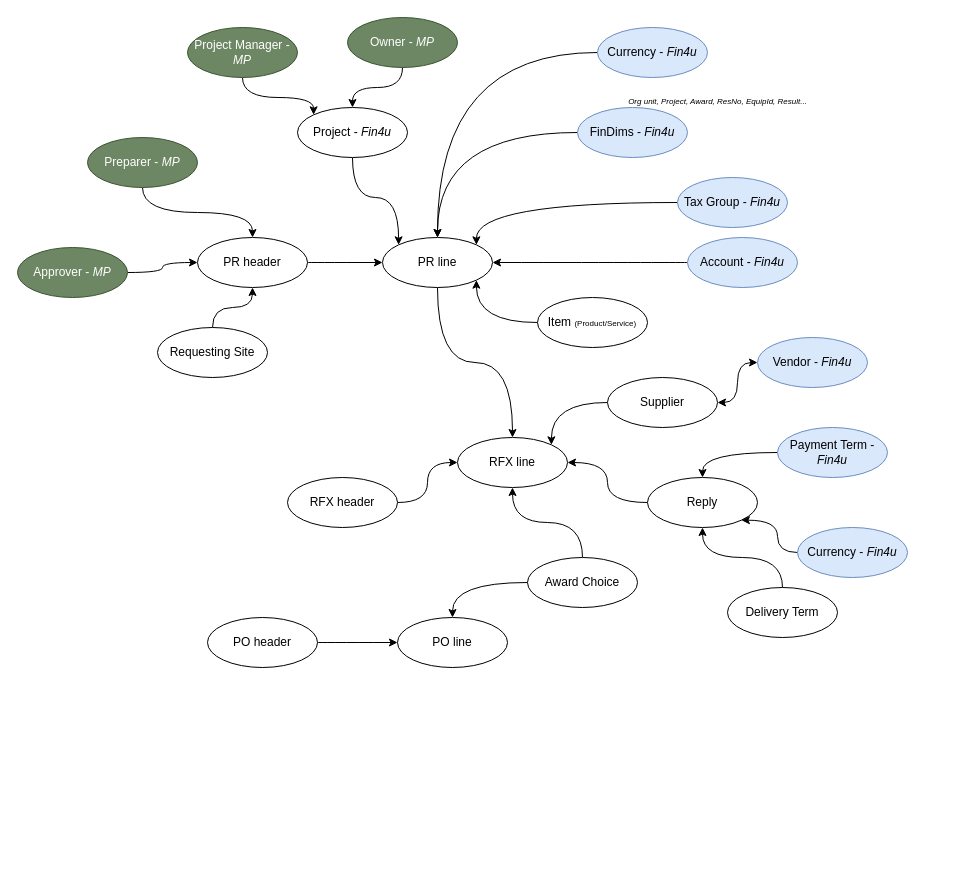
Above: Medex_MDM.drawio in Medair/drawio (draw.io), before the change. Source tidied: cells renumbered, new cells numbered last; positions are measured from the earlier drawing's top-left corner, leaving out a move shared by most shapes. Both pictures are drawn from the tidied source at 100%, with x=0, y=0 at pixel (17, 17).
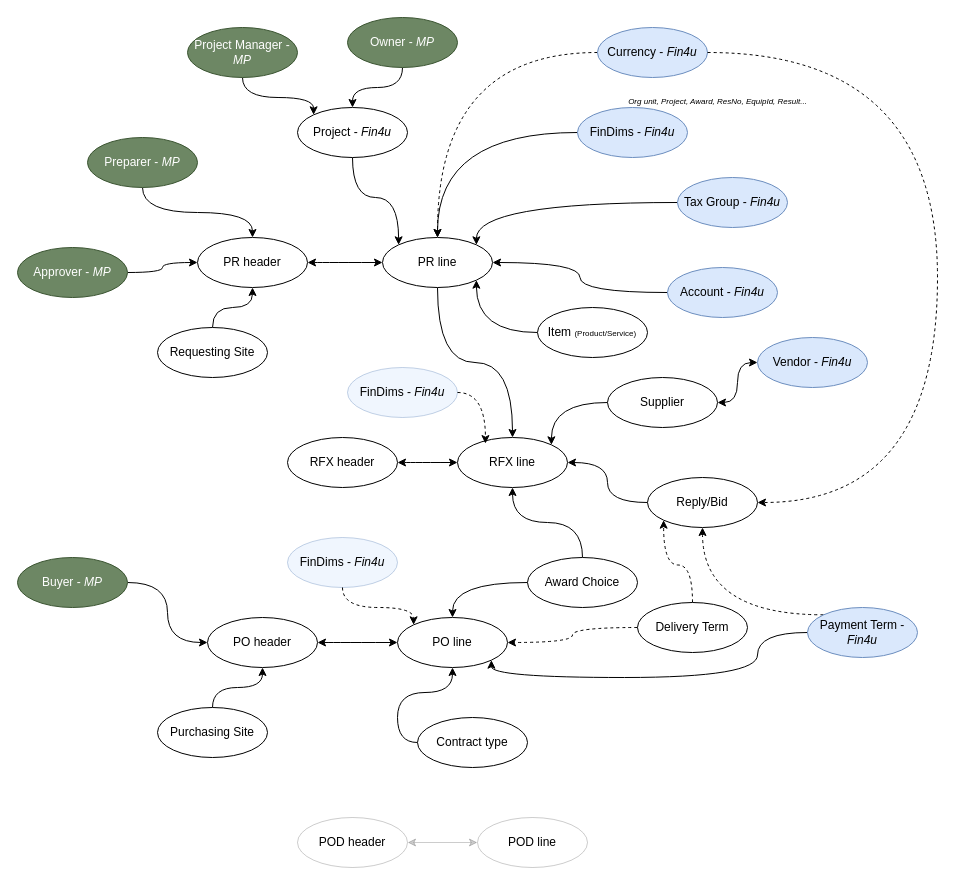
The same diagram, later.

Unchanged cells that the change refers to:
```xml
<mxCell id="3" value="PR header" style="ellipse;whiteSpace=wrap;html=1;" parent="1" vertex="1">
  <mxGeometry x="180" y="220" width="110" height="50" as="geometry" />
</mxCell>
<mxCell id="5" value="PR line" style="ellipse;whiteSpace=wrap;html=1;" parent="1" vertex="1">
  <mxGeometry x="365" y="220" width="110" height="50" as="geometry" />
</mxCell>
<mxCell id="16" value="RFX line" style="ellipse;whiteSpace=wrap;html=1;" parent="1" vertex="1">
  <mxGeometry x="440" y="420" width="110" height="50" as="geometry" />
</mxCell>
<mxCell id="33" value="PO header" style="ellipse;whiteSpace=wrap;html=1;" parent="1" vertex="1">
  <mxGeometry x="190" y="600" width="110" height="50" as="geometry" />
</mxCell>
<mxCell id="34" value="PO line" style="ellipse;whiteSpace=wrap;html=1;" parent="1" vertex="1">
  <mxGeometry x="380" y="600" width="110" height="50" as="geometry" />
</mxCell>
<mxCell id="48" value="Currency - &lt;i&gt;Fin4u&lt;/i&gt;" style="ellipse;whiteSpace=wrap;html=1;fillColor=#dae8fc;strokeColor=#6c8ebf;" parent="1" vertex="1">
  <mxGeometry x="580" y="10" width="110" height="50" as="geometry" />
</mxCell>
```

Change to the diagram source:
```diff
@@
-    <mxCell id="2" style="edgeStyle=orthogonalEdgeStyle;rounded=0;jettySize=auto;html=1;entryX=0;entryY=0.5;entryDx=0;entryDy=0;curved=1;" parent="1" edge="1" source="3" target="5">
+    <mxCell id="2" style="edgeStyle=orthogonalEdgeStyle;rounded=0;jettySize=auto;html=1;entryX=0;entryY=0.5;entryDx=0;entryDy=0;curved=1;startArrow=classic;startFill=1;" parent="1" edge="1" source="3" target="5">
       <mxGeometry relative="1" as="geometry" />
     </mxCell>
@@
     <mxCell id="12" value="Item &lt;font style=&quot;font-size: 8px;&quot;&gt;(Product/Service)&lt;/font&gt;" style="ellipse;whiteSpace=wrap;html=1;" parent="1" vertex="1">
-      <mxGeometry x="520" y="280" width="110" height="50" as="geometry" />
+      <mxGeometry x="520" y="290" width="110" height="50" as="geometry" />
     </mxCell>
@@
-    <mxCell id="14" style="edgeStyle=orthogonalEdgeStyle;rounded=0;jettySize=auto;html=1;entryX=0;entryY=0.5;entryDx=0;entryDy=0;curved=1;" parent="1" edge="1" source="15" target="16">
+    <mxCell id="14" style="edgeStyle=orthogonalEdgeStyle;rounded=0;jettySize=auto;html=1;entryX=0;entryY=0.5;entryDx=0;entryDy=0;curved=1;startArrow=classic;startFill=1;" parent="1" edge="1" source="15" target="16">
       <mxGeometry relative="1" as="geometry" />
     </mxCell>
     <mxCell id="15" value="RFX header" style="ellipse;whiteSpace=wrap;html=1;" parent="1" vertex="1">
-      <mxGeometry x="270" y="460" width="110" height="50" as="geometry" />
+      <mxGeometry x="270" y="420" width="110" height="50" as="geometry" />
     </mxCell>
@@
-    <mxCell id="22" value="Reply" style="ellipse;whiteSpace=wrap;html=1;" parent="1" vertex="1">
+    <mxCell id="22" value="Reply/Bid" style="ellipse;whiteSpace=wrap;html=1;" parent="1" vertex="1">
       <mxGeometry x="630" y="460" width="110" height="50" as="geometry" />
     </mxCell>
-    <mxCell id="23" style="edgeStyle=orthogonalEdgeStyle;rounded=0;jettySize=auto;html=1;entryX=0.5;entryY=1;entryDx=0;entryDy=0;curved=1;" parent="1" edge="1" source="24" target="22">
+    <mxCell id="23" style="edgeStyle=orthogonalEdgeStyle;rounded=0;jettySize=auto;html=1;entryX=0;entryY=1;entryDx=0;entryDy=0;curved=1;dashed=1;" parent="1" edge="1" source="24" target="22">
       <mxGeometry relative="1" as="geometry" />
     </mxCell>
+    <mxCell id="51" style="edgeStyle=orthogonalEdgeStyle;rounded=0;jettySize=auto;html=1;curved=1;dashed=1;" parent="1" edge="1" source="24" target="34">
+      <mxGeometry relative="1" as="geometry" />
+    </mxCell>
     <mxCell id="24" value="Delivery Term" style="ellipse;whiteSpace=wrap;html=1;" parent="1" vertex="1">
-      <mxGeometry x="710" y="570" width="110" height="50" as="geometry" />
+      <mxGeometry x="620" y="585" width="110" height="50" as="geometry" />
     </mxCell>
-    <mxCell id="25" style="edgeStyle=orthogonalEdgeStyle;rounded=0;jettySize=auto;html=1;entryX=0.5;entryY=0;entryDx=0;entryDy=0;curved=1;" parent="1" edge="1" source="26" target="22">
+    <mxCell id="25" style="edgeStyle=orthogonalEdgeStyle;rounded=0;jettySize=auto;html=1;exitX=0;exitY=0;exitDx=0;exitDy=0;entryX=0.5;entryY=1;entryDx=0;entryDy=0;curved=1;dashed=1;" parent="1" edge="1" source="26" target="22">
       <mxGeometry relative="1" as="geometry" />
     </mxCell>
+    <mxCell id="52" style="edgeStyle=orthogonalEdgeStyle;rounded=0;jettySize=auto;html=1;entryX=1;entryY=1;entryDx=0;entryDy=0;curved=1;exitX=0;exitY=0.5;exitDx=0;exitDy=0;" parent="1" edge="1" source="26" target="34">
+      <mxGeometry relative="1" as="geometry">
+        <Array as="points">
+          <mxPoint x="740" y="615" />
+          <mxPoint x="740" y="660" />
+          <mxPoint x="474" y="660" />
+        </Array>
+      </mxGeometry>
+    </mxCell>
     <mxCell id="26" value="Payment Term - &lt;i&gt;Fin4u&lt;/i&gt;" style="ellipse;whiteSpace=wrap;html=1;fillColor=#dae8fc;strokeColor=#6c8ebf;" parent="1" vertex="1">
-      <mxGeometry x="760" y="410" width="110" height="50" as="geometry" />
+      <mxGeometry x="790" y="590" width="110" height="50" as="geometry" />
     </mxCell>
-    <mxCell id="27" style="edgeStyle=orthogonalEdgeStyle;rounded=0;jettySize=auto;html=1;entryX=1;entryY=1;entryDx=0;entryDy=0;curved=1;" parent="1" edge="1" source="28" target="22">
-      <mxGeometry relative="1" as="geometry" />
-    </mxCell>
-    <mxCell id="28" value="Currency - &lt;i&gt;Fin4u&lt;/i&gt;" style="ellipse;whiteSpace=wrap;html=1;fillColor=#dae8fc;strokeColor=#6c8ebf;" parent="1" vertex="1">
-      <mxGeometry x="780" y="510" width="110" height="50" as="geometry" />
-    </mxCell>
@@
-    <mxCell id="32" style="edgeStyle=orthogonalEdgeStyle;rounded=0;jettySize=auto;html=1;curved=1;" parent="1" edge="1" source="33" target="34">
+    <mxCell id="32" style="edgeStyle=orthogonalEdgeStyle;rounded=0;jettySize=auto;html=1;curved=1;startArrow=classic;startFill=1;" parent="1" edge="1" source="33" target="34">
       <mxGeometry relative="1" as="geometry" />
     </mxCell>
@@
-    <mxCell id="47" style="edgeStyle=orthogonalEdgeStyle;rounded=0;jettySize=auto;html=1;entryX=0.5;entryY=0;entryDx=0;entryDy=0;curved=1;" parent="1" edge="1" source="48" target="5">
+    <mxCell id="47" style="edgeStyle=orthogonalEdgeStyle;rounded=0;jettySize=auto;html=1;entryX=0.5;entryY=0;entryDx=0;entryDy=0;curved=1;dashed=1;" parent="1" edge="1" source="48" target="5">
       <mxGeometry relative="1" as="geometry" />
     </mxCell>
@@
     <mxCell id="50" value="Account - &lt;i&gt;Fin4u&lt;/i&gt;" style="ellipse;whiteSpace=wrap;html=1;fillColor=#dae8fc;strokeColor=#6c8ebf;" parent="1" vertex="1">
-      <mxGeometry x="670" y="220" width="110" height="50" as="geometry" />
+      <mxGeometry x="650" y="250" width="110" height="50" as="geometry" />
     </mxCell>
+    <mxCell id="53" style="edgeStyle=orthogonalEdgeStyle;rounded=0;jettySize=auto;html=1;entryX=0.5;entryY=1;entryDx=0;entryDy=0;curved=1;" parent="1" edge="1" source="54" target="33">
+      <mxGeometry relative="1" as="geometry" />
+    </mxCell>
+    <mxCell id="54" value="Purchasing Site" style="ellipse;whiteSpace=wrap;html=1;" parent="1" vertex="1">
+      <mxGeometry x="140" y="690" width="110" height="50" as="geometry" />
+    </mxCell>
+    <mxCell id="55" style="edgeStyle=orthogonalEdgeStyle;rounded=0;jettySize=auto;html=1;entryX=0;entryY=0.5;entryDx=0;entryDy=0;curved=1;" parent="1" edge="1" source="56" target="33">
+      <mxGeometry relative="1" as="geometry" />
+    </mxCell>
+    <mxCell id="56" value="Buyer - &lt;i&gt;MP&lt;/i&gt;" style="ellipse;whiteSpace=wrap;html=1;fillColor=#6d8764;strokeColor=#3A5431;fontColor=#ffffff;" parent="1" vertex="1">
+      <mxGeometry y="540" width="110" height="50" as="geometry" />
+    </mxCell>
+    <mxCell id="57" style="edgeStyle=orthogonalEdgeStyle;rounded=0;jettySize=auto;html=1;exitX=0;exitY=0.5;exitDx=0;exitDy=0;entryX=0.5;entryY=1;entryDx=0;entryDy=0;curved=1;" parent="1" edge="1" source="58" target="34">
+      <mxGeometry relative="1" as="geometry" />
+    </mxCell>
+    <mxCell id="58" value="Contract type" style="ellipse;whiteSpace=wrap;html=1;" parent="1" vertex="1">
+      <mxGeometry x="400" y="700" width="110" height="50" as="geometry" />
+    </mxCell>
+    <mxCell id="59" style="edgeStyle=orthogonalEdgeStyle;rounded=0;jettySize=auto;html=1;exitX=1;exitY=0.5;exitDx=0;exitDy=0;entryX=0;entryY=0.5;entryDx=0;entryDy=0;startArrow=classic;startFill=1;opacity=20;" parent="1" edge="1" source="60" target="61">
+      <mxGeometry relative="1" as="geometry" />
+    </mxCell>
+    <mxCell id="60" value="POD header" style="ellipse;whiteSpace=wrap;html=1;opacity=20;" parent="1" vertex="1">
+      <mxGeometry x="280" y="800" width="110" height="50" as="geometry" />
+    </mxCell>
+    <mxCell id="61" value="POD line" style="ellipse;whiteSpace=wrap;html=1;opacity=20;" parent="1" vertex="1">
+      <mxGeometry x="460" y="800" width="110" height="50" as="geometry" />
+    </mxCell>
+    <mxCell id="62" style="edgeStyle=orthogonalEdgeStyle;rounded=0;jettySize=auto;html=1;exitX=1;exitY=0.5;exitDx=0;exitDy=0;entryX=1;entryY=0.5;entryDx=0;entryDy=0;curved=1;dashed=1;" parent="1" edge="1" source="48" target="22">
+      <mxGeometry relative="1" as="geometry">
+        <Array as="points">
+          <mxPoint x="920" y="35" />
+          <mxPoint x="920" y="485" />
+        </Array>
+      </mxGeometry>
+    </mxCell>
+    <mxCell id="63" style="group;opacity=0;" parent="1" vertex="1">
+      <mxGeometry x="330" y="330" width="270" height="70" as="geometry" />
+    </mxCell>
+    <mxCell id="64" value="FinDims - &lt;i&gt;Fin4u&lt;/i&gt;" style="ellipse;whiteSpace=wrap;html=1;fillColor=#dae8fc;strokeColor=#6c8ebf;opacity=40;" parent="63" vertex="1">
+      <mxGeometry y="20" width="110" height="50" as="geometry" />
+    </mxCell>
+    <mxCell id="65" style="edgeStyle=orthogonalEdgeStyle;rounded=0;jettySize=auto;html=1;exitX=1;exitY=0.5;exitDx=0;exitDy=0;entryX=0.254;entryY=0.122;entryDx=0;entryDy=0;dashed=1;curved=1;entryPerimeter=0;" parent="1" edge="1" source="64" target="16">
+      <mxGeometry relative="1" as="geometry" />
+    </mxCell>
+    <mxCell id="66" style="group;opacity=0;" parent="1" vertex="1">
+      <mxGeometry x="270" y="500" width="270" height="70" as="geometry" />
+    </mxCell>
+    <mxCell id="67" value="FinDims - &lt;i&gt;Fin4u&lt;/i&gt;" style="ellipse;whiteSpace=wrap;html=1;fillColor=#dae8fc;strokeColor=#6c8ebf;opacity=40;" parent="66" vertex="1">
+      <mxGeometry y="20" width="110" height="50" as="geometry" />
+    </mxCell>
+    <mxCell id="68" style="edgeStyle=orthogonalEdgeStyle;rounded=0;jettySize=auto;html=1;entryX=0;entryY=0;entryDx=0;entryDy=0;dashed=1;curved=1;" parent="1" edge="1" source="67" target="34">
+      <mxGeometry relative="1" as="geometry" />
+    </mxCell>
```
